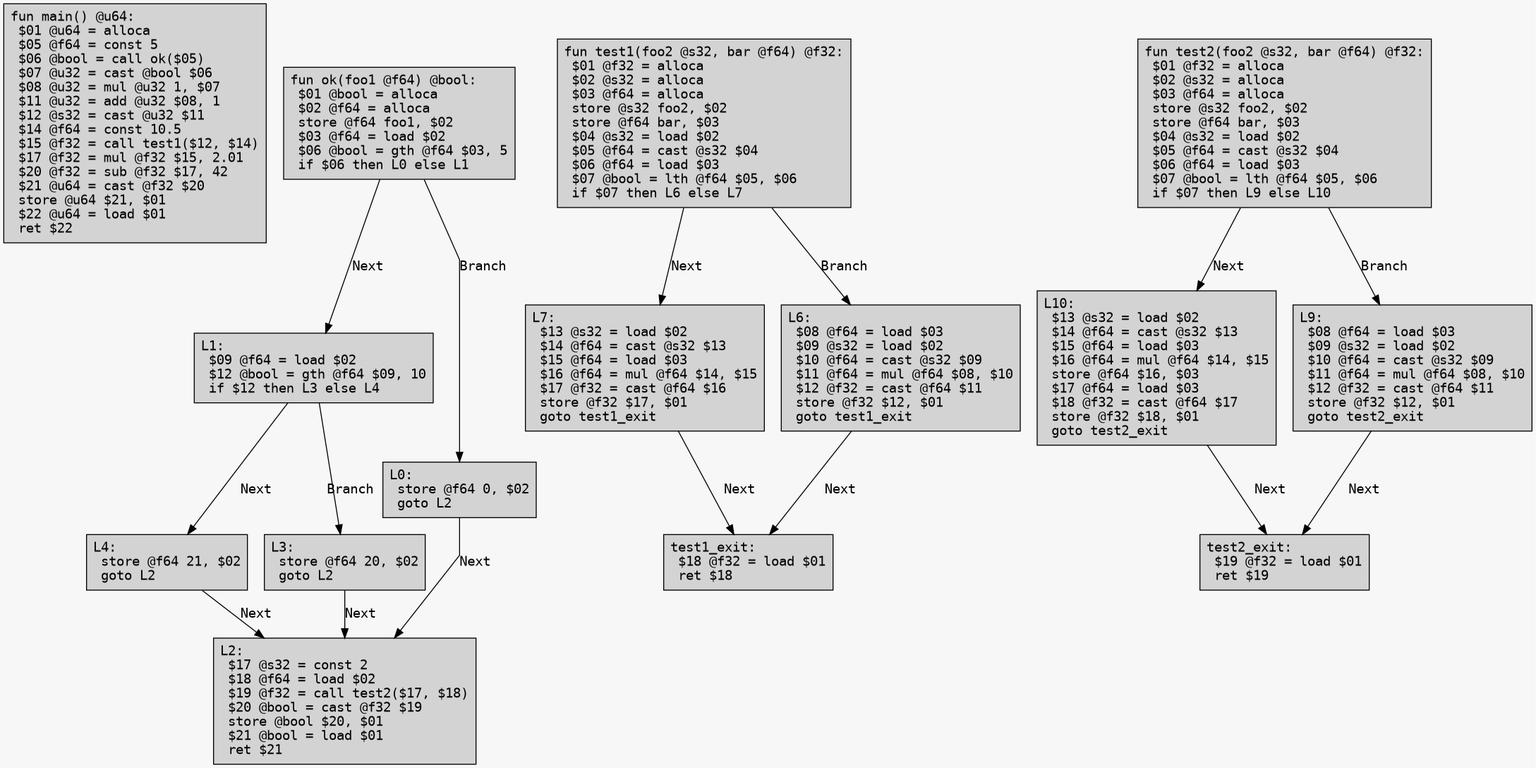
Above: example/test_opt.png in Excse/arkoi_language (Graphviz), before the change. Its source is kept beside it as example/test_opt.dot.
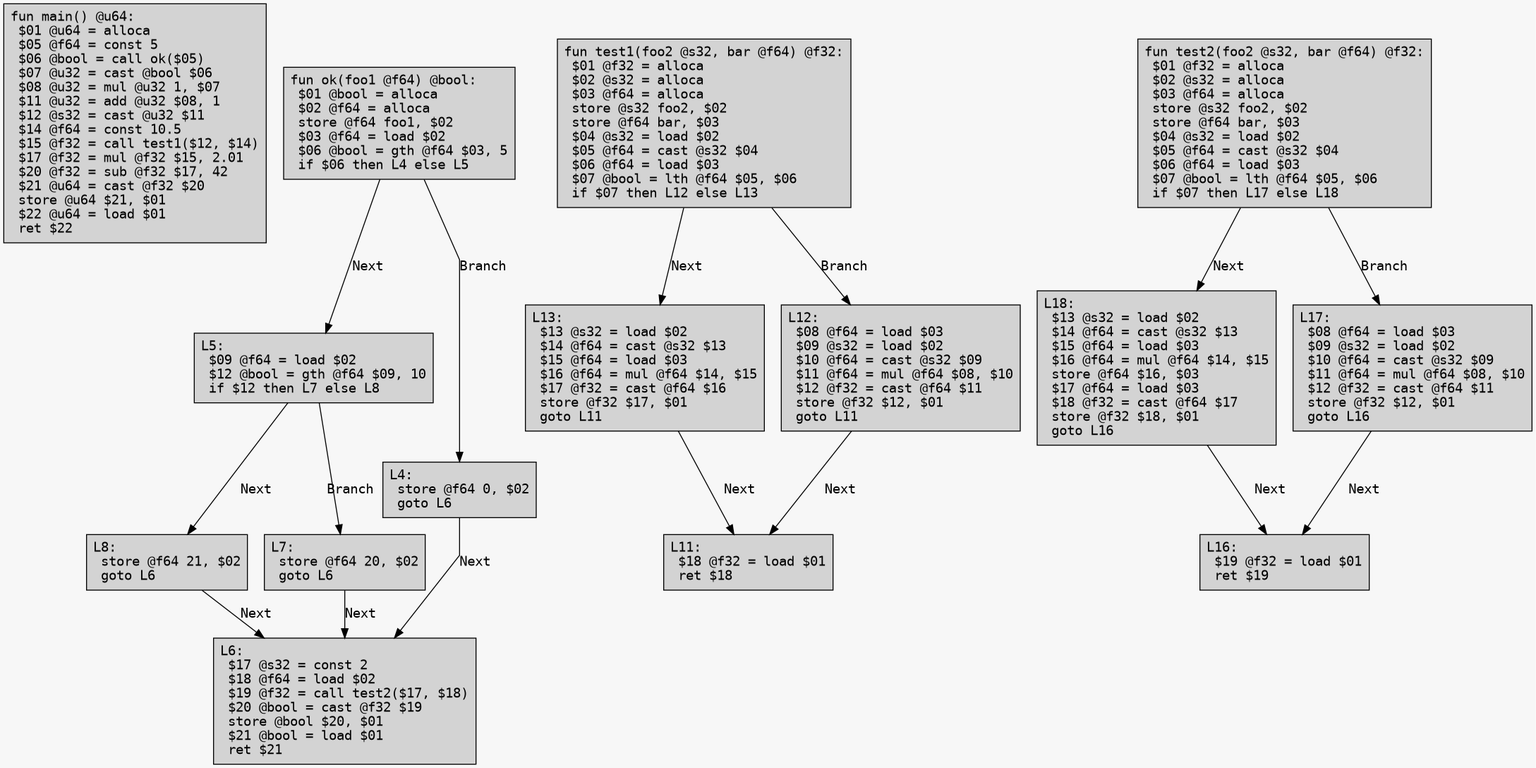
After the commit.

What changed in the source:
```diff
@@ -5,34 +5,34 @@
 	bgcolor = "#f7f7f7";
 	splines = false;
 
-	main_entry [label="fun main() @u64:\l $01 @u64 = alloca\l $05 @f64 = const 5\l $06 @bool = call ok($05)\l $07 @u32 = cast @bool $06\l $08 @u32 = mul @u32 1, $07\l $11 @u32 = add @u32 $08, 1\l $12 @s32 = cast @u32 $11\l $14 @f64 = const 10.5\l $15 @f32 = call test1($12, $14)\l $17 @f32 = mul @f32 $15, 2.01\l $20 @f32 = sub @f32 $17, 42\l $21 @u64 = cast @f32 $20\l store @u64 $21, $01\l $22 @u64 = load $01\l ret $22\l"];
-	ok_entry [label="fun ok(foo1 @f64) @bool:\l $01 @bool = alloca\l $02 @f64 = alloca\l store @f64 foo1, $02\l $03 @f64 = load $02\l $06 @bool = gth @f64 $03, 5\l if $06 then L0 else L1\l"];
-	ok_entry -> L1 [label="Next"];
-	ok_entry -> L0 [label="Branch"];
-	L1 [label="L1:\l $09 @f64 = load $02\l $12 @bool = gth @f64 $09, 10\l if $12 then L3 else L4\l"];
-	L1 -> L4 [label="Next"];
-	L1 -> L3 [label="Branch"];
-	L4 [label="L4:\l store @f64 21, $02\l goto L2\l"];
-	L4 -> L2 [label="Next"];
-	L3 [label="L3:\l store @f64 20, $02\l goto L2\l"];
-	L3 -> L2 [label="Next"];
-	L0 [label="L0:\l store @f64 0, $02\l goto L2\l"];
-	L0 -> L2 [label="Next"];
-	L2 [label="L2:\l $17 @s32 = const 2\l $18 @f64 = load $02\l $19 @f32 = call test2($17, $18)\l $20 @bool = cast @f32 $19\l store @bool $20, $01\l $21 @bool = load $01\l ret $21\l"];
-	test1_entry [label="fun test1(foo2 @s32, bar @f64) @f32:\l $01 @f32 = alloca\l $02 @s32 = alloca\l $03 @f64 = alloca\l store @s32 foo2, $02\l store @f64 bar, $03\l $04 @s32 = load $02\l $05 @f64 = cast @s32 $04\l $06 @f64 = load $03\l $07 @bool = lth @f64 $05, $06\l if $07 then L6 else L7\l"];
-	test1_entry -> L7 [label="Next"];
-	test1_entry -> L6 [label="Branch"];
-	L7 [label="L7:\l $13 @s32 = load $02\l $14 @f64 = cast @s32 $13\l $15 @f64 = load $03\l $16 @f64 = mul @f64 $14, $15\l $17 @f32 = cast @f64 $16\l store @f32 $17, $01\l goto test1_exit\l"];
-	L7 -> test1_exit [label="Next"];
-	L6 [label="L6:\l $08 @f64 = load $03\l $09 @s32 = load $02\l $10 @f64 = cast @s32 $09\l $11 @f64 = mul @f64 $08, $10\l $12 @f32 = cast @f64 $11\l store @f32 $12, $01\l goto test1_exit\l"];
-	L6 -> test1_exit [label="Next"];
-	test1_exit [label="test1_exit:\l $18 @f32 = load $01\l ret $18\l"];
-	test2_entry [label="fun test2(foo2 @s32, bar @f64) @f32:\l $01 @f32 = alloca\l $02 @s32 = alloca\l $03 @f64 = alloca\l store @s32 foo2, $02\l store @f64 bar, $03\l $04 @s32 = load $02\l $05 @f64 = cast @s32 $04\l $06 @f64 = load $03\l $07 @bool = lth @f64 $05, $06\l if $07 then L9 else L10\l"];
-	test2_entry -> L10 [label="Next"];
-	test2_entry -> L9 [label="Branch"];
-	L10 [label="L10:\l $13 @s32 = load $02\l $14 @f64 = cast @s32 $13\l $15 @f64 = load $03\l $16 @f64 = mul @f64 $14, $15\l store @f64 $16, $03\l $17 @f64 = load $03\l $18 @f32 = cast @f64 $17\l store @f32 $18, $01\l goto test2_exit\l"];
-	L10 -> test2_exit [label="Next"];
-	L9 [label="L9:\l $08 @f64 = load $03\l $09 @s32 = load $02\l $10 @f64 = cast @s32 $09\l $11 @f64 = mul @f64 $08, $10\l $12 @f32 = cast @f64 $11\l store @f32 $12, $01\l goto test2_exit\l"];
-	L9 -> test2_exit [label="Next"];
-	test2_exit [label="test2_exit:\l $19 @f32 = load $01\l ret $19\l"];
+	L0 [label="fun main() @u64:\l $01 @u64 = alloca\l $05 @f64 = const 5\l $06 @bool = call ok($05)\l $07 @u32 = cast @bool $06\l $08 @u32 = mul @u32 1, $07\l $11 @u32 = add @u32 $08, 1\l $12 @s32 = cast @u32 $11\l $14 @f64 = const 10.5\l $15 @f32 = call test1($12, $14)\l $17 @f32 = mul @f32 $15, 2.01\l $20 @f32 = sub @f32 $17, 42\l $21 @u64 = cast @f32 $20\l store @u64 $21, $01\l $22 @u64 = load $01\l ret $22\l"];
+	L2 [label="fun ok(foo1 @f64) @bool:\l $01 @bool = alloca\l $02 @f64 = alloca\l store @f64 foo1, $02\l $03 @f64 = load $02\l $06 @bool = gth @f64 $03, 5\l if $06 then L4 else L5\l"];
+	L2 -> L5 [label="Next"];
+	L2 -> L4 [label="Branch"];
+	L5 [label="L5:\l $09 @f64 = load $02\l $12 @bool = gth @f64 $09, 10\l if $12 then L7 else L8\l"];
+	L5 -> L8 [label="Next"];
+	L5 -> L7 [label="Branch"];
+	L8 [label="L8:\l store @f64 21, $02\l goto L6\l"];
+	L8 -> L6 [label="Next"];
+	L7 [label="L7:\l store @f64 20, $02\l goto L6\l"];
+	L7 -> L6 [label="Next"];
+	L4 [label="L4:\l store @f64 0, $02\l goto L6\l"];
+	L4 -> L6 [label="Next"];
+	L6 [label="L6:\l $17 @s32 = const 2\l $18 @f64 = load $02\l $19 @f32 = call test2($17, $18)\l $20 @bool = cast @f32 $19\l store @bool $20, $01\l $21 @bool = load $01\l ret $21\l"];
+	L10 [label="fun test1(foo2 @s32, bar @f64) @f32:\l $01 @f32 = alloca\l $02 @s32 = alloca\l $03 @f64 = alloca\l store @s32 foo2, $02\l store @f64 bar, $03\l $04 @s32 = load $02\l $05 @f64 = cast @s32 $04\l $06 @f64 = load $03\l $07 @bool = lth @f64 $05, $06\l if $07 then L12 else L13\l"];
+	L10 -> L13 [label="Next"];
+	L10 -> L12 [label="Branch"];
+	L13 [label="L13:\l $13 @s32 = load $02\l $14 @f64 = cast @s32 $13\l $15 @f64 = load $03\l $16 @f64 = mul @f64 $14, $15\l $17 @f32 = cast @f64 $16\l store @f32 $17, $01\l goto L11\l"];
+	L13 -> L11 [label="Next"];
+	L12 [label="L12:\l $08 @f64 = load $03\l $09 @s32 = load $02\l $10 @f64 = cast @s32 $09\l $11 @f64 = mul @f64 $08, $10\l $12 @f32 = cast @f64 $11\l store @f32 $12, $01\l goto L11\l"];
+	L12 -> L11 [label="Next"];
+	L11 [label="L11:\l $18 @f32 = load $01\l ret $18\l"];
+	L15 [label="fun test2(foo2 @s32, bar @f64) @f32:\l $01 @f32 = alloca\l $02 @s32 = alloca\l $03 @f64 = alloca\l store @s32 foo2, $02\l store @f64 bar, $03\l $04 @s32 = load $02\l $05 @f64 = cast @s32 $04\l $06 @f64 = load $03\l $07 @bool = lth @f64 $05, $06\l if $07 then L17 else L18\l"];
+	L15 -> L18 [label="Next"];
+	L15 -> L17 [label="Branch"];
+	L18 [label="L18:\l $13 @s32 = load $02\l $14 @f64 = cast @s32 $13\l $15 @f64 = load $03\l $16 @f64 = mul @f64 $14, $15\l store @f64 $16, $03\l $17 @f64 = load $03\l $18 @f32 = cast @f64 $17\l store @f32 $18, $01\l goto L16\l"];
+	L18 -> L16 [label="Next"];
+	L17 [label="L17:\l $08 @f64 = load $03\l $09 @s32 = load $02\l $10 @f64 = cast @s32 $09\l $11 @f64 = mul @f64 $08, $10\l $12 @f32 = cast @f64 $11\l store @f32 $12, $01\l goto L16\l"];
+	L17 -> L16 [label="Next"];
+	L16 [label="L16:\l $19 @f32 = load $01\l ret $19\l"];
 }
```
